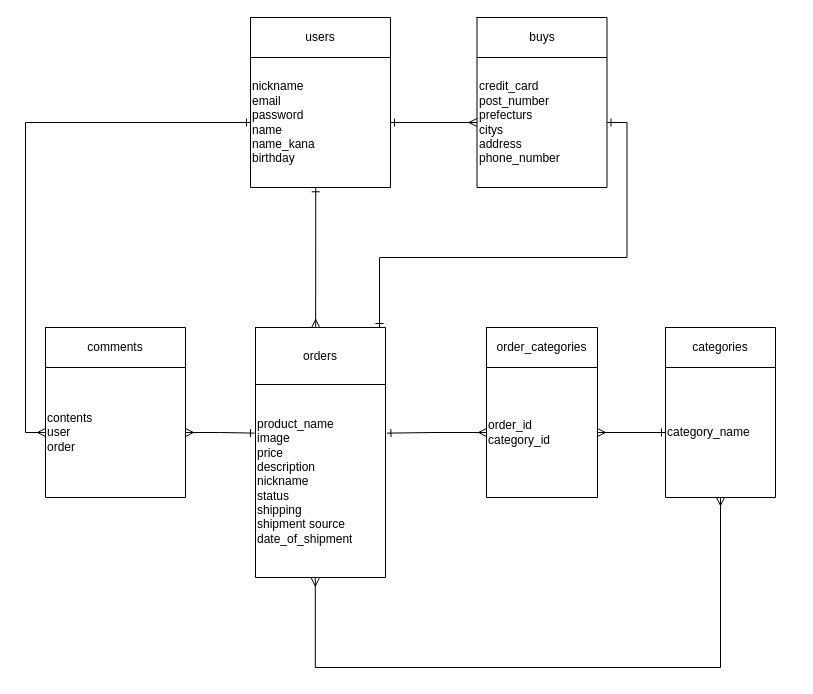
Above: frima.dio in sonolilis/frima-31938 (draw.io), before the change. Source tidied: cells renumbered, new cells numbered last; positions are measured from the earlier drawing's top-left corner, leaving out a move shared by most shapes. Both pictures are drawn from the tidied source at 100%, with x=0, y=0 at pixel (45, 17).
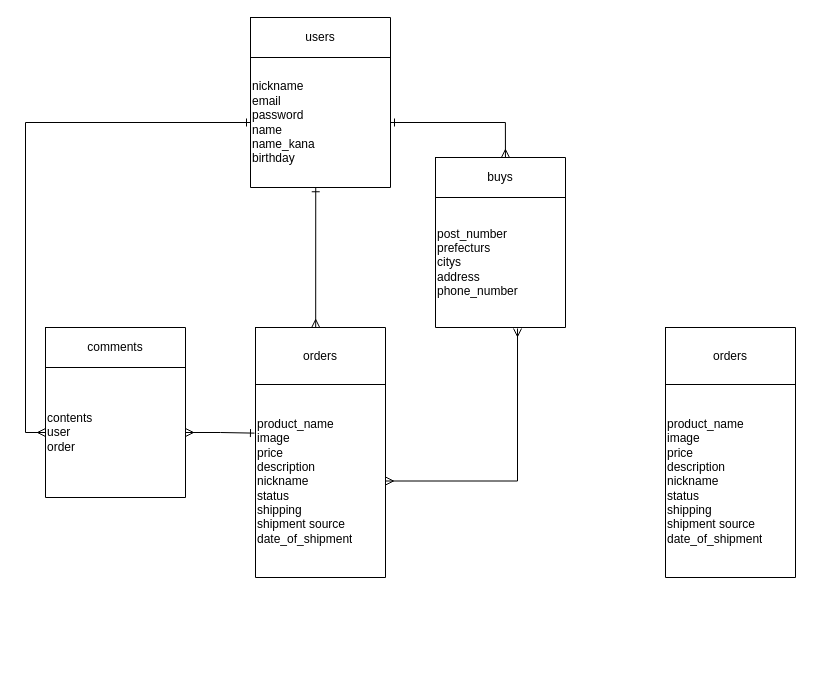
The same page after the edit.

Commit message (it also covers changes not shown here):
ER図とREADMEの修正

Unchanged cells that the change refers to:
```xml
<mxCell id="5" style="shape=partialRectangle;html=1;whiteSpace=wrap;fillColor=none;top=0;left=0;bottom=0;right=0;points=[[0,0.5],[1,0.5]];portConstraint=eastwest;" parent="2" vertex="1">
  <mxGeometry y="40" width="140" height="130" as="geometry" />
</mxCell>
<mxCell id="8" style="shape=partialRectangle;html=1;whiteSpace=wrap;fillColor=none;top=0;left=0;bottom=0;right=0;points=[[0,0.5],[1,0.5]];portConstraint=eastwest;" parent="7" vertex="1">
  <mxGeometry width="130" height="57" as="geometry" />
</mxCell>
<mxCell id="10" style="shape=partialRectangle;html=1;whiteSpace=wrap;fillColor=none;top=0;left=0;bottom=0;right=0;points=[[0,0.5],[1,0.5]];portConstraint=eastwest;" parent="7" vertex="1">
  <mxGeometry y="57" width="130" height="193" as="geometry" />
</mxCell>
<mxCell id="13" style="shape=partialRectangle;html=1;whiteSpace=wrap;fillColor=none;top=0;left=0;bottom=0;right=0;points=[[0,0.5],[1,0.5]];portConstraint=eastwest;" parent="12" vertex="1">
  <mxGeometry width="130" height="40" as="geometry" />
</mxCell>
<mxCell id="15" style="shape=partialRectangle;html=1;whiteSpace=wrap;fillColor=none;top=0;left=0;bottom=0;right=0;points=[[0,0.5],[1,0.5]];portConstraint=eastwest;" parent="12" vertex="1">
  <mxGeometry y="40" width="130" height="130" as="geometry" />
</mxCell>
```

Diff of the diagram source:
```diff
@@
     <mxCell id="12" style="shape=table;html=1;whiteSpace=wrap;startSize=0;childLayout=tableLayout;" parent="1" vertex="1">
-      <mxGeometry x="431.5" width="130" height="170" as="geometry" />
+      <mxGeometry x="390" y="140" width="130" height="170" as="geometry" />
     </mxCell>
@@
-    <mxCell id="16" value="credit_card&lt;br&gt;post_number&lt;br&gt;prefecturs&lt;br&gt;citys&lt;br&gt;address&lt;br&gt;phone_number" style="shape=partialRectangle;html=1;whiteSpace=wrap;overflow=hidden;fillColor=none;top=0;left=0;bottom=0;right=0;align=left;" parent="15" vertex="1">
+    <mxCell id="16" value="post_number&lt;br&gt;prefecturs&lt;br&gt;citys&lt;br&gt;address&lt;br&gt;phone_number" style="shape=partialRectangle;html=1;whiteSpace=wrap;overflow=hidden;fillColor=none;top=0;left=0;bottom=0;right=0;align=left;" parent="15" vertex="1">
       <mxGeometry width="130" height="130" as="geometry" />
     </mxCell>
@@
-    <mxCell id="22" style="shape=table;html=1;whiteSpace=wrap;startSize=0;childLayout=tableLayout;" parent="1" vertex="1">
-      <mxGeometry x="620" y="310" width="110" height="170" as="geometry" />
-    </mxCell>
-    <mxCell id="23" style="shape=partialRectangle;html=1;whiteSpace=wrap;fillColor=none;top=0;left=0;bottom=0;right=0;" parent="22" vertex="1">
-      <mxGeometry width="110" height="40" as="geometry" />
-    </mxCell>
-    <mxCell id="24" value="categories" style="shape=partialRectangle;html=1;whiteSpace=wrap;overflow=hidden;fillColor=none;top=0;left=0;bottom=0;right=0;" parent="23" vertex="1">
-      <mxGeometry width="110" height="40" as="geometry" />
-    </mxCell>
-    <mxCell id="25" style="shape=partialRectangle;html=1;whiteSpace=wrap;fillColor=none;top=0;left=0;bottom=0;right=0;points=[[0,0.5],[1,0.5]];portConstraint=eastwest;" parent="22" vertex="1">
-      <mxGeometry y="40" width="110" height="130" as="geometry" />
-    </mxCell>
-    <mxCell id="26" value="category_name" style="shape=partialRectangle;html=1;whiteSpace=wrap;overflow=hidden;fillColor=none;top=0;left=0;bottom=0;right=0;align=left;" parent="25" vertex="1">
-      <mxGeometry width="110" height="130" as="geometry" />
-    </mxCell>
-    <mxCell id="27" style="shape=table;html=1;whiteSpace=wrap;startSize=0;childLayout=tableLayout;" parent="1" vertex="1">
-      <mxGeometry x="441" y="310" width="111" height="170" as="geometry" />
-    </mxCell>
-    <mxCell id="28" style="shape=partialRectangle;html=1;whiteSpace=wrap;fillColor=none;top=0;left=0;bottom=0;right=0;" parent="27" vertex="1">
-      <mxGeometry width="111" height="40" as="geometry" />
-    </mxCell>
-    <mxCell id="29" value="order_categories" style="shape=partialRectangle;html=1;whiteSpace=wrap;overflow=hidden;fillColor=none;top=0;left=0;bottom=0;right=0;" parent="28" vertex="1">
-      <mxGeometry width="111" height="40" as="geometry" />
-    </mxCell>
-    <mxCell id="30" style="shape=partialRectangle;html=1;whiteSpace=wrap;fillColor=none;top=0;left=0;bottom=0;right=0;points=[[0,0.5],[1,0.5]];portConstraint=eastwest;" parent="27" vertex="1">
-      <mxGeometry y="40" width="111" height="130" as="geometry" />
-    </mxCell>
-    <mxCell id="31" value="order_id&lt;br&gt;category_id" style="shape=partialRectangle;html=1;whiteSpace=wrap;overflow=hidden;fillColor=none;top=0;left=0;bottom=0;right=0;align=left;" parent="30" vertex="1">
-      <mxGeometry width="111" height="130" as="geometry" />
-    </mxCell>
-    <mxCell id="32" style="edgeStyle=orthogonalEdgeStyle;rounded=0;jettySize=auto;html=1;startArrow=ERmany;startFill=0;endArrow=ERone;endFill=0;" parent="1" edge="1" source="30" target="25">
-      <mxGeometry relative="1" as="geometry" />
-    </mxCell>
-    <mxCell id="33" style="edgeStyle=orthogonalEdgeStyle;rounded=0;jettySize=auto;html=1;exitX=0;exitY=0.5;exitDx=0;exitDy=0;entryX=1.011;entryY=0.252;entryDx=0;entryDy=0;entryPerimeter=0;startArrow=ERmany;startFill=0;endArrow=ERone;endFill=0;" parent="1" edge="1" source="30" target="10">
-      <mxGeometry relative="1" as="geometry" />
-    </mxCell>
@@
-    <mxCell id="36" style="edgeStyle=orthogonalEdgeStyle;rounded=0;jettySize=auto;html=1;exitX=0;exitY=0.5;exitDx=0;exitDy=0;entryX=1;entryY=0.5;entryDx=0;entryDy=0;startArrow=ERmany;startFill=0;endArrow=ERone;endFill=0;strokeWidth=1;" parent="1" edge="1" source="15" target="5">
+    <mxCell id="36" style="edgeStyle=orthogonalEdgeStyle;rounded=0;jettySize=auto;html=1;entryX=1;entryY=0.5;entryDx=0;entryDy=0;startArrow=ERmany;startFill=0;endArrow=ERone;endFill=0;strokeWidth=1;exitX=0.538;exitY=0;exitDx=0;exitDy=0;exitPerimeter=0;" parent="1" edge="1" source="13" target="5">
       <mxGeometry relative="1" as="geometry" />
     </mxCell>
@@
-    <mxCell id="38" style="edgeStyle=orthogonalEdgeStyle;rounded=0;jettySize=auto;html=1;startArrow=ERmany;startFill=0;endArrow=ERmany;endFill=0;strokeWidth=1;exitX=0.46;exitY=1.003;exitDx=0;exitDy=0;exitPerimeter=0;" parent="1" edge="1" source="10" target="25">
-      <mxGeometry relative="1" as="geometry">
-        <Array as="points">
-          <mxPoint x="270" y="650" />
-          <mxPoint x="675" y="650" />
-        </Array>
-      </mxGeometry>
-    </mxCell>
-    <mxCell id="39" style="edgeStyle=orthogonalEdgeStyle;rounded=0;jettySize=auto;html=1;exitX=1;exitY=0.5;exitDx=0;exitDy=0;entryX=0.954;entryY=0;entryDx=0;entryDy=0;entryPerimeter=0;endArrow=ERone;endFill=0;startArrow=ERone;startFill=0;" parent="1" edge="1" source="15" target="8">
-      <mxGeometry relative="1" as="geometry" />
-    </mxCell>
+    <mxCell id="40" style="shape=table;html=1;whiteSpace=wrap;startSize=0;childLayout=tableLayout;" parent="1" vertex="1">
+      <mxGeometry x="620" y="310" width="130" height="250" as="geometry" />
+    </mxCell>
+    <mxCell id="41" style="shape=partialRectangle;html=1;whiteSpace=wrap;fillColor=none;top=0;left=0;bottom=0;right=0;" parent="40" vertex="1">
+      <mxGeometry width="130" height="57" as="geometry" />
+    </mxCell>
+    <mxCell id="42" value="orders" style="shape=partialRectangle;html=1;whiteSpace=wrap;overflow=hidden;fillColor=none;top=0;left=0;bottom=0;right=0;" parent="41" vertex="1">
+      <mxGeometry width="130" height="57" as="geometry" />
+    </mxCell>
+    <mxCell id="43" style="shape=partialRectangle;html=1;whiteSpace=wrap;fillColor=none;top=0;left=0;bottom=0;right=0;" parent="40" vertex="1">
+      <mxGeometry y="57" width="130" height="193" as="geometry" />
+    </mxCell>
+    <mxCell id="44" value="product_name&lt;br&gt;image&lt;br&gt;price&lt;br&gt;description&lt;br&gt;nickname&lt;br&gt;status&lt;br&gt;shipping&lt;br&gt;shipment source&lt;br&gt;date_of_shipment" style="shape=partialRectangle;html=1;whiteSpace=wrap;overflow=hidden;fillColor=none;top=0;left=0;bottom=0;right=0;align=left;" parent="43" vertex="1">
+      <mxGeometry width="130" height="193" as="geometry" />
+    </mxCell>
+    <mxCell id="45" style="edgeStyle=orthogonalEdgeStyle;rounded=0;jettySize=auto;html=1;exitX=1;exitY=0.5;exitDx=0;exitDy=0;startArrow=ERmany;startFill=0;endArrow=ERmany;endFill=0;strokeWidth=1;entryX=0.631;entryY=1.008;entryDx=0;entryDy=0;entryPerimeter=0;" parent="1" edge="1" source="10" target="15">
+      <mxGeometry relative="1" as="geometry" />
+    </mxCell>
```
